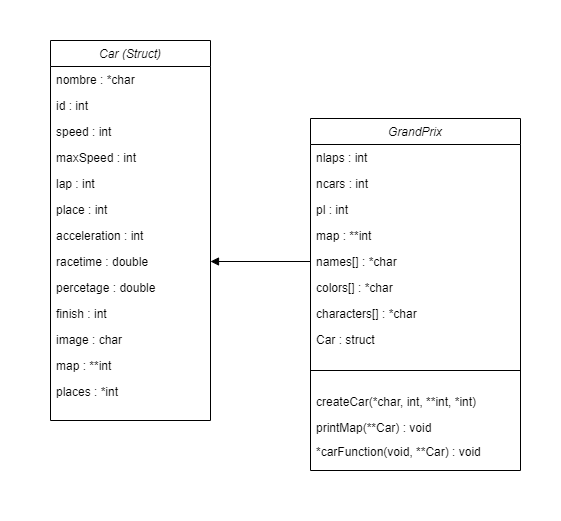
Earlier version of the draw.io export UMLGrandPrix.png (TsawadaTsuna/Grand-prix). Source tidied: cells renumbered, new cells last; positions are measured from the earlier drawing's top-left corner, leaving out a move shared by most shapes.
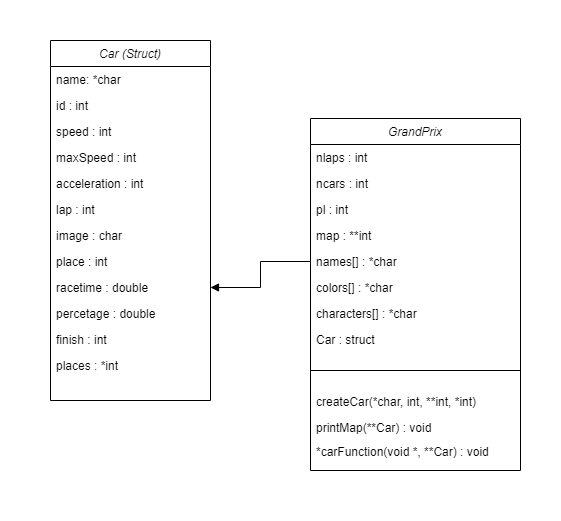
The same file after the commit.

Diff of the diagram source:
```diff
@@ -6,9 +6,9 @@
       <mxGeometry width="120" height="60" as="geometry" />
     </mxCell>
     <mxCell id="3" value="Car (Struct)" style="swimlane;fontStyle=2;align=center;verticalAlign=top;horizontal=1;startSize=26;rounded=0;shadow=0;strokeWidth=1;" parent="1" vertex="1">
-      <mxGeometry x="50" y="40" width="160" height="380" as="geometry" />
+      <mxGeometry x="50" y="40" width="160" height="360" as="geometry" />
     </mxCell>
-    <mxCell id="4" value="nombre : *char" style="text;align=left;verticalAlign=top;spacingLeft=4;spacingRight=4;overflow=hidden;" parent="3" vertex="1">
+    <mxCell id="4" value="name: *char" style="text;align=left;verticalAlign=top;spacingLeft=4;spacingRight=4;overflow=hidden;" parent="3" vertex="1">
       <mxGeometry y="26" width="160" height="26" as="geometry" />
     </mxCell>
     <mxCell id="5" value="id : int" style="text;align=left;verticalAlign=top;spacingLeft=4;spacingRight=4;overflow=hidden;" parent="3" vertex="1">
@@ -20,32 +20,29 @@
     <mxCell id="7" value="maxSpeed : int" style="text;align=left;verticalAlign=top;spacingLeft=4;spacingRight=4;overflow=hidden;" parent="3" vertex="1">
       <mxGeometry y="104" width="160" height="26" as="geometry" />
     </mxCell>
+    <mxCell id="10" value="acceleration : int" style="text;align=left;verticalAlign=top;spacingLeft=4;spacingRight=4;overflow=hidden;" parent="3" vertex="1">
+      <mxGeometry y="130" width="160" height="26" as="geometry" />
+    </mxCell>
     <mxCell id="8" value="lap : int" style="text;align=left;verticalAlign=top;spacingLeft=4;spacingRight=4;overflow=hidden;" parent="3" vertex="1">
-      <mxGeometry y="130" width="160" height="26" as="geometry" />
+      <mxGeometry y="156" width="160" height="26" as="geometry" />
     </mxCell>
+    <mxCell id="14" value="image : char" style="text;align=left;verticalAlign=top;spacingLeft=4;spacingRight=4;overflow=hidden;" parent="3" vertex="1">
+      <mxGeometry y="182" width="160" height="26" as="geometry" />
+    </mxCell>
     <mxCell id="9" value="place : int" style="text;align=left;verticalAlign=top;spacingLeft=4;spacingRight=4;overflow=hidden;" parent="3" vertex="1">
-      <mxGeometry y="156" width="160" height="26" as="geometry" />
+      <mxGeometry y="208" width="160" height="26" as="geometry" />
     </mxCell>
-    <mxCell id="10" value="acceleration : int" style="text;align=left;verticalAlign=top;spacingLeft=4;spacingRight=4;overflow=hidden;" parent="3" vertex="1">
-      <mxGeometry y="182" width="160" height="26" as="geometry" />
-    </mxCell>
     <mxCell id="11" value="racetime : double" style="text;align=left;verticalAlign=top;spacingLeft=4;spacingRight=4;overflow=hidden;points=[[0,0.5],[1,0.5]];portConstraint=eastwest;" parent="3" vertex="1">
-      <mxGeometry y="208" width="160" height="26" as="geometry" />
+      <mxGeometry y="234" width="160" height="26" as="geometry" />
     </mxCell>
     <mxCell id="12" value="percetage : double" style="text;align=left;verticalAlign=top;spacingLeft=4;spacingRight=4;overflow=hidden;" parent="3" vertex="1">
-      <mxGeometry y="234" width="160" height="26" as="geometry" />
+      <mxGeometry y="260" width="160" height="26" as="geometry" />
     </mxCell>
     <mxCell id="13" value="finish : int" style="text;align=left;verticalAlign=top;spacingLeft=4;spacingRight=4;overflow=hidden;" parent="3" vertex="1">
-      <mxGeometry y="260" width="160" height="26" as="geometry" />
+      <mxGeometry y="286" width="160" height="26" as="geometry" />
     </mxCell>
-    <mxCell id="14" value="image : char" style="text;align=left;verticalAlign=top;spacingLeft=4;spacingRight=4;overflow=hidden;" parent="3" vertex="1">
-      <mxGeometry y="286" width="160" height="26" as="geometry" />
-    </mxCell>
-    <mxCell id="15" value="map : **int" style="text;align=left;verticalAlign=top;spacingLeft=4;spacingRight=4;overflow=hidden;" parent="3" vertex="1">
-      <mxGeometry y="312" width="160" height="26" as="geometry" />
-    </mxCell>
     <mxCell id="16" value="places : *int" style="text;align=left;verticalAlign=top;spacingLeft=4;spacingRight=4;overflow=hidden;" parent="3" vertex="1">
-      <mxGeometry y="338" width="160" height="26" as="geometry" />
+      <mxGeometry y="312" width="160" height="26" as="geometry" />
     </mxCell>
     <mxCell id="17" value="GrandPrix" style="swimlane;fontStyle=2;align=center;verticalAlign=top;horizontal=1;startSize=26;rounded=0;shadow=0;strokeWidth=1;flipH=1;swimlaneLine=1;strokeColor=default;" parent="1" vertex="1">
       <mxGeometry x="310" y="118" width="210" height="352" as="geometry" />
@@ -83,7 +80,7 @@
     <mxCell id="28" value="printMap(**Car) : void" style="text;align=left;verticalAlign=top;spacingLeft=4;spacingRight=4;overflow=hidden;rounded=0;shadow=0;html=0;" parent="17" vertex="1">
       <mxGeometry y="296" width="210" height="24" as="geometry" />
     </mxCell>
-    <mxCell id="29" value="*carFunction(void, **Car) : void&#10;" style="text;align=left;verticalAlign=top;spacingLeft=4;spacingRight=4;overflow=hidden;rounded=0;shadow=0;html=0;" parent="17" vertex="1">
+    <mxCell id="29" value="*carFunction(void *, **Car) : void&#10;" style="text;align=left;verticalAlign=top;spacingLeft=4;spacingRight=4;overflow=hidden;rounded=0;shadow=0;html=0;" parent="17" vertex="1">
       <mxGeometry y="320" width="210" height="24" as="geometry" />
     </mxCell>
     <mxCell id="30" style="endArrow=block;endFill=1;html=1;edgeStyle=orthogonalEdgeStyle;align=left;verticalAlign=top;rounded=0;startSize=26;entryX=1;entryY=0.5;entryDx=0;entryDy=0;exitX=0;exitY=0.5;exitDx=0;exitDy=0;strokeColor=default;" parent="1" edge="1" source="22" target="11">
```
